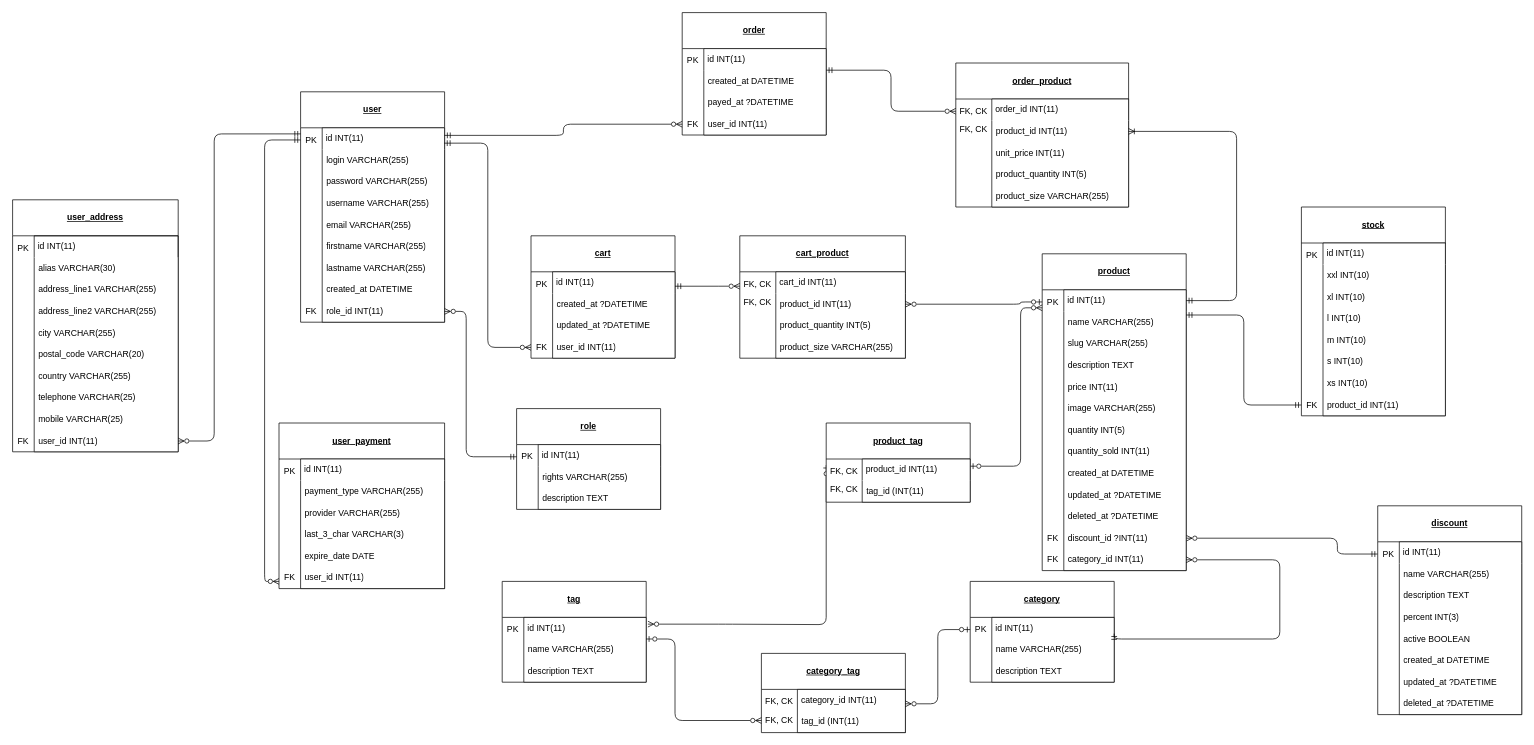
Earlier version of the draw.io diagram resources/mpd.drawio (felix-hauger/boutique-en-ligne). Source tidied: cells renumbered, new cells numbered last; positions are measured from the earlier drawing's top-left corner, leaving out a move shared by most shapes. Both pictures are drawn from the tidied source at 72%, with x=0, y=0 at pixel (12, 12).
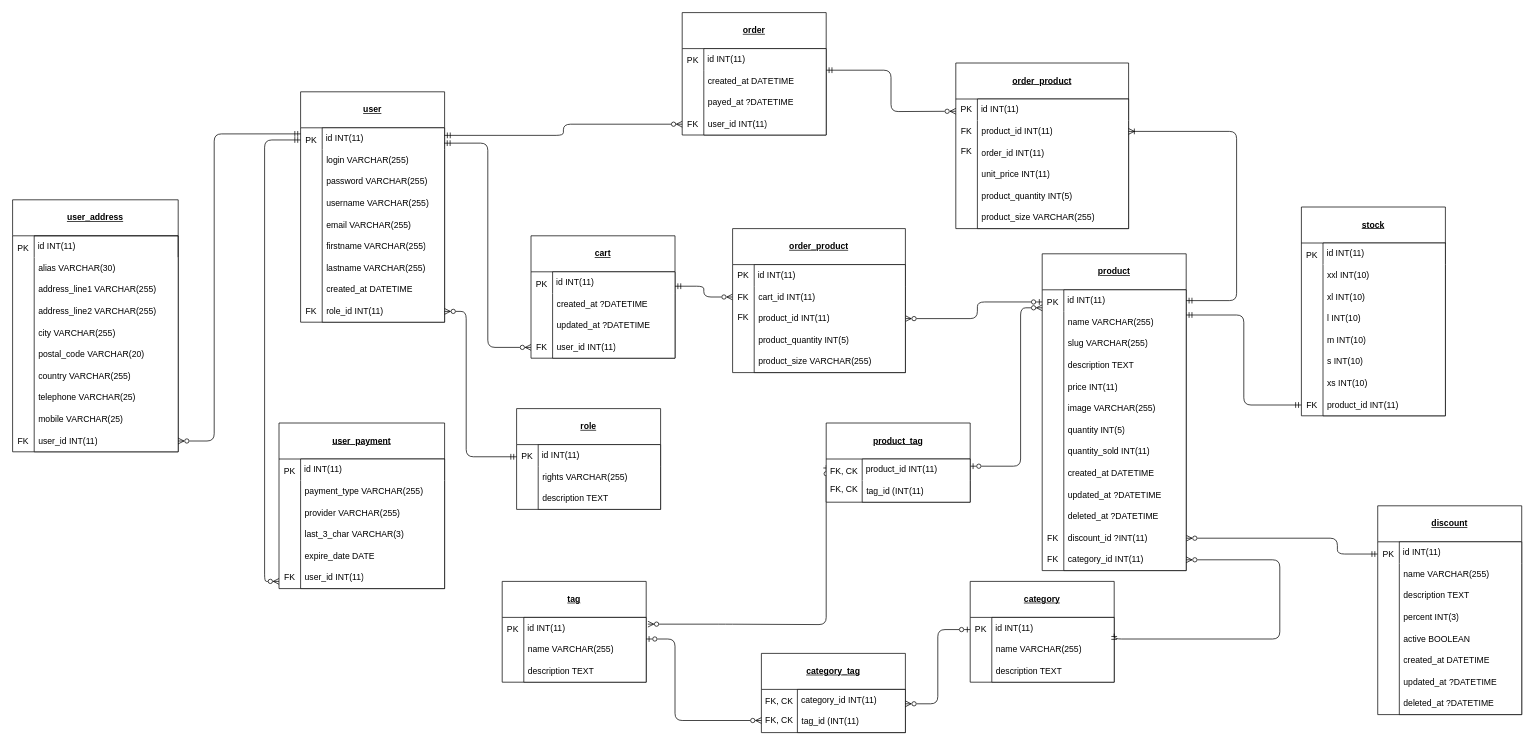
The same page after the edit.

Commit message (it also covers changes not shown here):
Replace compound keys by primary keys in cart_product & order_product for mcd & mpd

Unchanged cells that the change refers to:
```xml
<mxCell id="17" value="PK" style="text;html=1;strokeColor=none;fillColor=none;align=center;verticalAlign=middle;whiteSpace=wrap;rounded=0;" parent="3" vertex="1">
  <mxGeometry y="50" width="30" height="33.8" as="geometry" />
</mxCell>
<mxCell id="68" value="&lt;span style=&quot;font-family: Helvetica; font-size: 12px; font-style: normal; font-variant-ligatures: normal; font-variant-caps: normal; font-weight: 400; letter-spacing: normal; orphans: 2; text-align: left; text-indent: 0px; text-transform: none; widows: 2; word-spacing: 0px; -webkit-text-stroke-width: 0px; text-decoration-thickness: initial; text-decoration-style: initial; text-decoration-color: initial; float: none; display: inline !important;&quot;&gt;&amp;nbsp;id&amp;nbsp;INT(11)&lt;/span&gt;" style="swimlane;fontStyle=0;horizontal=1;startSize=30;whiteSpace=wrap;html=1;swimlaneFillColor=default;swimlaneLine=0;align=left;" parent="67" vertex="1">
  <mxGeometry x="30" y="50" width="170" height="120" as="geometry" />
</mxCell>
<mxCell id="75" value="&lt;span style=&quot;font-family: Helvetica; font-size: 12px; font-style: normal; font-variant-ligatures: normal; font-variant-caps: normal; font-weight: 400; letter-spacing: normal; orphans: 2; text-align: left; text-indent: 0px; text-transform: none; widows: 2; word-spacing: 0px; -webkit-text-stroke-width: 0px; text-decoration-thickness: initial; text-decoration-style: initial; text-decoration-color: initial; float: none; display: inline !important;&quot;&gt;&amp;nbsp;id&amp;nbsp;INT(11)&lt;/span&gt;" style="swimlane;fontStyle=0;horizontal=1;startSize=30;whiteSpace=wrap;html=1;swimlaneFillColor=default;swimlaneLine=0;align=left;" parent="74" vertex="1">
  <mxGeometry x="30" y="50" width="170" height="120" as="geometry" />
</mxCell>
```

The edit, as a diff of the source:
```diff
@@
-    <mxCell id="81" value="&lt;u&gt;cart_product&lt;/u&gt;" style="swimlane;whiteSpace=wrap;html=1;rounded=0;strokeColor=default;startSize=50;swimlaneFillColor=default;" parent="1" vertex="1">
-      <mxGeometry x="1010" y="310" width="230" height="170" as="geometry" />
-    </mxCell>
-    <mxCell id="82" value="&lt;span style=&quot;font-family: Helvetica; font-size: 12px; font-style: normal; font-variant-ligatures: normal; font-variant-caps: normal; font-weight: 400; letter-spacing: normal; orphans: 2; text-align: left; text-indent: 0px; text-transform: none; widows: 2; word-spacing: 0px; -webkit-text-stroke-width: 0px; text-decoration-thickness: initial; text-decoration-style: initial; text-decoration-color: initial; float: none; display: inline !important;&quot;&gt;&amp;nbsp;cart_id INT(11)&lt;/span&gt;" style="swimlane;fontStyle=0;horizontal=1;startSize=30;whiteSpace=wrap;html=1;swimlaneFillColor=default;swimlaneLine=0;align=left;rounded=0;" parent="81" vertex="1">
-      <mxGeometry x="50" y="50" width="180" height="120" as="geometry" />
-    </mxCell>
-    <mxCell id="83" value="product_id INT(11)" style="text;strokeColor=none;fillColor=none;align=left;verticalAlign=middle;spacingLeft=4;spacingRight=4;overflow=hidden;points=[[0,0.5],[1,0.5]];portConstraint=eastwest;whiteSpace=wrap;html=1;rounded=1;" parent="82" vertex="1">
-      <mxGeometry y="30" width="180" height="30" as="geometry" />
-    </mxCell>
-    <mxCell id="84" value="product_quantity INT(5)" style="text;strokeColor=none;fillColor=none;align=left;verticalAlign=middle;spacingLeft=4;spacingRight=4;overflow=hidden;whiteSpace=wrap;html=1;rounded=1;" parent="82" vertex="1">
-      <mxGeometry y="60" width="180" height="30" as="geometry" />
-    </mxCell>
-    <mxCell id="85" value="product_size VARCHAR(255)" style="text;strokeColor=none;fillColor=none;align=left;verticalAlign=middle;spacingLeft=4;spacingRight=4;overflow=hidden;whiteSpace=wrap;html=1;rounded=1;" parent="82" vertex="1">
-      <mxGeometry y="90" width="180" height="30" as="geometry" />
-    </mxCell>
-    <mxCell id="86" value="FK, CK" style="text;html=1;strokeColor=none;fillColor=none;align=center;verticalAlign=middle;whiteSpace=wrap;rounded=0;" parent="81" vertex="1">
-      <mxGeometry y="50" width="50" height="33.9" as="geometry" />
-    </mxCell>
-    <mxCell id="87" value="FK, CK" style="text;html=1;strokeColor=none;fillColor=none;align=center;verticalAlign=middle;whiteSpace=wrap;rounded=0;" parent="81" vertex="1">
-      <mxGeometry y="76.2" width="50" height="33.9" as="geometry" />
-    </mxCell>
     <mxCell id="88" value="&lt;u&gt;order_product&lt;/u&gt;" style="swimlane;whiteSpace=wrap;html=1;rounded=0;strokeColor=default;startSize=50;swimlaneFillColor=default;" parent="1" vertex="1">
-      <mxGeometry x="1310" y="70" width="240" height="200" as="geometry" />
+      <mxGeometry x="1310" y="70" width="240" height="230" as="geometry" />
     </mxCell>
-    <mxCell id="89" value="&lt;span style=&quot;font-family: Helvetica; font-size: 12px; font-style: normal; font-variant-ligatures: normal; font-variant-caps: normal; font-weight: 400; letter-spacing: normal; orphans: 2; text-align: left; text-indent: 0px; text-transform: none; widows: 2; word-spacing: 0px; -webkit-text-stroke-width: 0px; text-decoration-thickness: initial; text-decoration-style: initial; text-decoration-color: initial; float: none; display: inline !important;&quot;&gt;&amp;nbsp;order_id INT(11)&lt;/span&gt;" style="swimlane;fontStyle=0;horizontal=1;startSize=30;whiteSpace=wrap;html=1;swimlaneFillColor=default;swimlaneLine=0;align=left;rounded=0;" parent="88" vertex="1">
-      <mxGeometry x="50" y="50" width="190" height="150" as="geometry" />
+    <mxCell id="89" value="&lt;span style=&quot;font-family: Helvetica; font-size: 12px; font-style: normal; font-variant-ligatures: normal; font-variant-caps: normal; font-weight: 400; letter-spacing: normal; orphans: 2; text-align: left; text-indent: 0px; text-transform: none; widows: 2; word-spacing: 0px; -webkit-text-stroke-width: 0px; text-decoration-thickness: initial; text-decoration-style: initial; text-decoration-color: initial; float: none; display: inline !important;&quot;&gt;&amp;nbsp;id INT(11)&lt;/span&gt;" style="swimlane;fontStyle=0;horizontal=1;startSize=30;whiteSpace=wrap;html=1;swimlaneFillColor=default;swimlaneLine=0;align=left;rounded=0;" parent="88" vertex="1">
+      <mxGeometry x="30" y="50" width="210" height="180" as="geometry" />
     </mxCell>
     <mxCell id="90" value="product_id INT(11)" style="text;strokeColor=none;fillColor=none;align=left;verticalAlign=middle;spacingLeft=4;spacingRight=4;overflow=hidden;points=[[0,0.5],[1,0.5]];portConstraint=eastwest;whiteSpace=wrap;html=1;rounded=1;" parent="89" vertex="1">
-      <mxGeometry y="30" width="190" height="30" as="geometry" />
+      <mxGeometry y="30" width="210" height="30" as="geometry" />
     </mxCell>
+    <mxCell id="144" value="order_id INT(11)" style="text;strokeColor=none;fillColor=none;align=left;verticalAlign=middle;spacingLeft=4;spacingRight=4;overflow=hidden;whiteSpace=wrap;html=1;rounded=1;" parent="89" vertex="1">
+      <mxGeometry y="60" width="210" height="30" as="geometry" />
+    </mxCell>
     <mxCell id="91" value="unit_price INT(11)" style="text;strokeColor=none;fillColor=none;align=left;verticalAlign=middle;spacingLeft=4;spacingRight=4;overflow=hidden;whiteSpace=wrap;html=1;rounded=1;" parent="89" vertex="1">
-      <mxGeometry y="60" width="190" height="30" as="geometry" />
+      <mxGeometry y="90" width="210" height="30" as="geometry" />
     </mxCell>
     <mxCell id="92" value="product_quantity INT(5)" style="text;strokeColor=none;fillColor=none;align=left;verticalAlign=middle;spacingLeft=4;spacingRight=4;overflow=hidden;whiteSpace=wrap;html=1;rounded=1;" parent="89" vertex="1">
-      <mxGeometry y="90" width="190" height="30" as="geometry" />
+      <mxGeometry y="120" width="210" height="30" as="geometry" />
     </mxCell>
     <mxCell id="93" value="product_size VARCHAR(255)" style="text;strokeColor=none;fillColor=none;align=left;verticalAlign=middle;spacingLeft=4;spacingRight=4;overflow=hidden;whiteSpace=wrap;html=1;rounded=1;" parent="89" vertex="1">
-      <mxGeometry y="120" width="190" height="30" as="geometry" />
+      <mxGeometry y="150" width="210" height="30" as="geometry" />
     </mxCell>
-    <mxCell id="94" value="FK, CK" style="text;html=1;strokeColor=none;fillColor=none;align=center;verticalAlign=middle;whiteSpace=wrap;rounded=0;" parent="88" vertex="1">
-      <mxGeometry y="50" width="50" height="33.9" as="geometry" />
-    </mxCell>
-    <mxCell id="95" value="FK, CK" style="text;html=1;strokeColor=none;fillColor=none;align=center;verticalAlign=middle;whiteSpace=wrap;rounded=0;" parent="88" vertex="1">
-      <mxGeometry y="76.2" width="50" height="33.9" as="geometry" />
-    </mxCell>
+    <mxCell id="145" value="PK" style="text;html=1;strokeColor=none;fillColor=none;align=center;verticalAlign=middle;whiteSpace=wrap;rounded=0;" parent="88" vertex="1">
+      <mxGeometry y="50" width="30" height="30" as="geometry" />
+    </mxCell>
+    <mxCell id="146" value="FK" style="text;html=1;strokeColor=none;fillColor=none;align=center;verticalAlign=middle;whiteSpace=wrap;rounded=0;" parent="88" vertex="1">
+      <mxGeometry y="80" width="30" height="30" as="geometry" />
+    </mxCell>
+    <mxCell id="147" value="FK" style="text;html=1;strokeColor=none;fillColor=none;align=center;verticalAlign=middle;whiteSpace=wrap;rounded=0;" parent="88" vertex="1">
+      <mxGeometry y="110" width="30" height="26.1" as="geometry" />
+    </mxCell>
-    <mxCell id="96" style="edgeStyle=orthogonalEdgeStyle;html=1;startArrow=ERzeroToMany;startFill=0;endArrow=ERmandOne;endFill=0;entryX=1;entryY=0.167;entryDx=0;entryDy=0;entryPerimeter=0;" parent="1" edge="1" source="86" target="68">
-      <mxGeometry relative="1" as="geometry">
-        <Array as="points">
-          <mxPoint x="990" y="380" />
-          <mxPoint x="990" y="380" />
-        </Array>
-      </mxGeometry>
+    <mxCell id="96" style="edgeStyle=orthogonalEdgeStyle;html=1;startArrow=ERzeroToMany;startFill=0;endArrow=ERmandOne;endFill=0;entryX=1;entryY=0.167;entryDx=0;entryDy=0;entryPerimeter=0;" parent="1" edge="1" source="151" target="68">
+      <mxGeometry relative="1" as="geometry" />
     </mxCell>
-    <mxCell id="97" style="edgeStyle=orthogonalEdgeStyle;html=1;startArrow=ERzeroToMany;startFill=0;endArrow=ERzeroToOne;endFill=0;exitX=1;exitY=0.5;exitDx=0;exitDy=0;entryX=0;entryY=0.5;entryDx=0;entryDy=0;" parent="1" edge="1" source="83" target="17">
+    <mxCell id="97" style="edgeStyle=orthogonalEdgeStyle;html=1;startArrow=ERzeroToMany;startFill=0;endArrow=ERzeroToOne;endFill=0;entryX=0;entryY=0.5;entryDx=0;entryDy=0;" parent="1" edge="1" source="83" target="17">
       <mxGeometry relative="1" as="geometry">
         <Array as="points">
-          <mxPoint x="1400" y="405" />
-          <mxPoint x="1400" y="402" />
+          <mxPoint x="1340" y="425" />
+          <mxPoint x="1340" y="402" />
         </Array>
       </mxGeometry>
     </mxCell>
@@
-    <mxCell id="142" style="edgeStyle=orthogonalEdgeStyle;html=1;entryX=1;entryY=0.25;entryDx=0;entryDy=0;startArrow=ERzeroToMany;startFill=0;endArrow=ERmandOne;endFill=0;" parent="1" edge="1" source="94" target="75">
-      <mxGeometry relative="1" as="geometry" />
+    <mxCell id="142" style="edgeStyle=orthogonalEdgeStyle;html=1;entryX=1;entryY=0.25;entryDx=0;entryDy=0;startArrow=ERzeroToMany;startFill=0;endArrow=ERmandOne;endFill=0;" parent="1" edge="1" target="75">
+      <mxGeometry relative="1" as="geometry">
+        <mxPoint x="1310" y="137" as="sourcePoint" />
+      </mxGeometry>
     </mxCell>
@@
+    <mxCell id="148" value="&lt;u&gt;order_product&lt;/u&gt;" style="swimlane;whiteSpace=wrap;html=1;rounded=0;strokeColor=default;startSize=50;swimlaneFillColor=default;" parent="1" vertex="1">
+      <mxGeometry x="1000" y="300" width="240" height="200" as="geometry" />
+    </mxCell>
+    <mxCell id="149" value="&lt;span style=&quot;font-family: Helvetica; font-size: 12px; font-style: normal; font-variant-ligatures: normal; font-variant-caps: normal; font-weight: 400; letter-spacing: normal; orphans: 2; text-align: left; text-indent: 0px; text-transform: none; widows: 2; word-spacing: 0px; -webkit-text-stroke-width: 0px; text-decoration-thickness: initial; text-decoration-style: initial; text-decoration-color: initial; float: none; display: inline !important;&quot;&gt;&amp;nbsp;id INT(11)&lt;/span&gt;" style="swimlane;fontStyle=0;horizontal=1;startSize=30;whiteSpace=wrap;html=1;swimlaneFillColor=default;swimlaneLine=0;align=left;rounded=0;" parent="148" vertex="1">
+      <mxGeometry x="30" y="50" width="210" height="150" as="geometry" />
+    </mxCell>
+    <mxCell id="82" value="cart_id INT(11)" style="text;strokeColor=none;fillColor=none;align=left;verticalAlign=middle;spacingLeft=4;spacingRight=4;overflow=hidden;whiteSpace=wrap;html=1;rounded=1;" parent="149" vertex="1">
+      <mxGeometry y="30" width="210" height="30" as="geometry" />
+    </mxCell>
+    <mxCell id="83" value="product_id INT(11)" style="text;strokeColor=none;fillColor=none;align=left;verticalAlign=middle;spacingLeft=4;spacingRight=4;overflow=hidden;points=[[0,0.5],[1,0.5]];portConstraint=eastwest;whiteSpace=wrap;html=1;rounded=1;" parent="149" vertex="1">
+      <mxGeometry y="60" width="210" height="30" as="geometry" />
+    </mxCell>
+    <mxCell id="84" value="product_quantity INT(5)" style="text;strokeColor=none;fillColor=none;align=left;verticalAlign=middle;spacingLeft=4;spacingRight=4;overflow=hidden;whiteSpace=wrap;html=1;rounded=1;" parent="149" vertex="1">
+      <mxGeometry y="90" width="210" height="30" as="geometry" />
+    </mxCell>
+    <mxCell id="85" value="product_size VARCHAR(255)" style="text;strokeColor=none;fillColor=none;align=left;verticalAlign=middle;spacingLeft=4;spacingRight=4;overflow=hidden;whiteSpace=wrap;html=1;rounded=1;" parent="149" vertex="1">
+      <mxGeometry y="120" width="210" height="30" as="geometry" />
+    </mxCell>
+    <mxCell id="150" value="PK" style="text;html=1;strokeColor=none;fillColor=none;align=center;verticalAlign=middle;whiteSpace=wrap;rounded=0;" parent="148" vertex="1">
+      <mxGeometry y="50" width="30" height="30" as="geometry" />
+    </mxCell>
+    <mxCell id="151" value="FK" style="text;html=1;strokeColor=none;fillColor=none;align=center;verticalAlign=middle;whiteSpace=wrap;rounded=0;" parent="148" vertex="1">
+      <mxGeometry y="80" width="30" height="30" as="geometry" />
+    </mxCell>
+    <mxCell id="152" value="FK" style="text;html=1;strokeColor=none;fillColor=none;align=center;verticalAlign=middle;whiteSpace=wrap;rounded=0;" parent="148" vertex="1">
+      <mxGeometry y="110" width="30" height="26.1" as="geometry" />
+    </mxCell>
```
